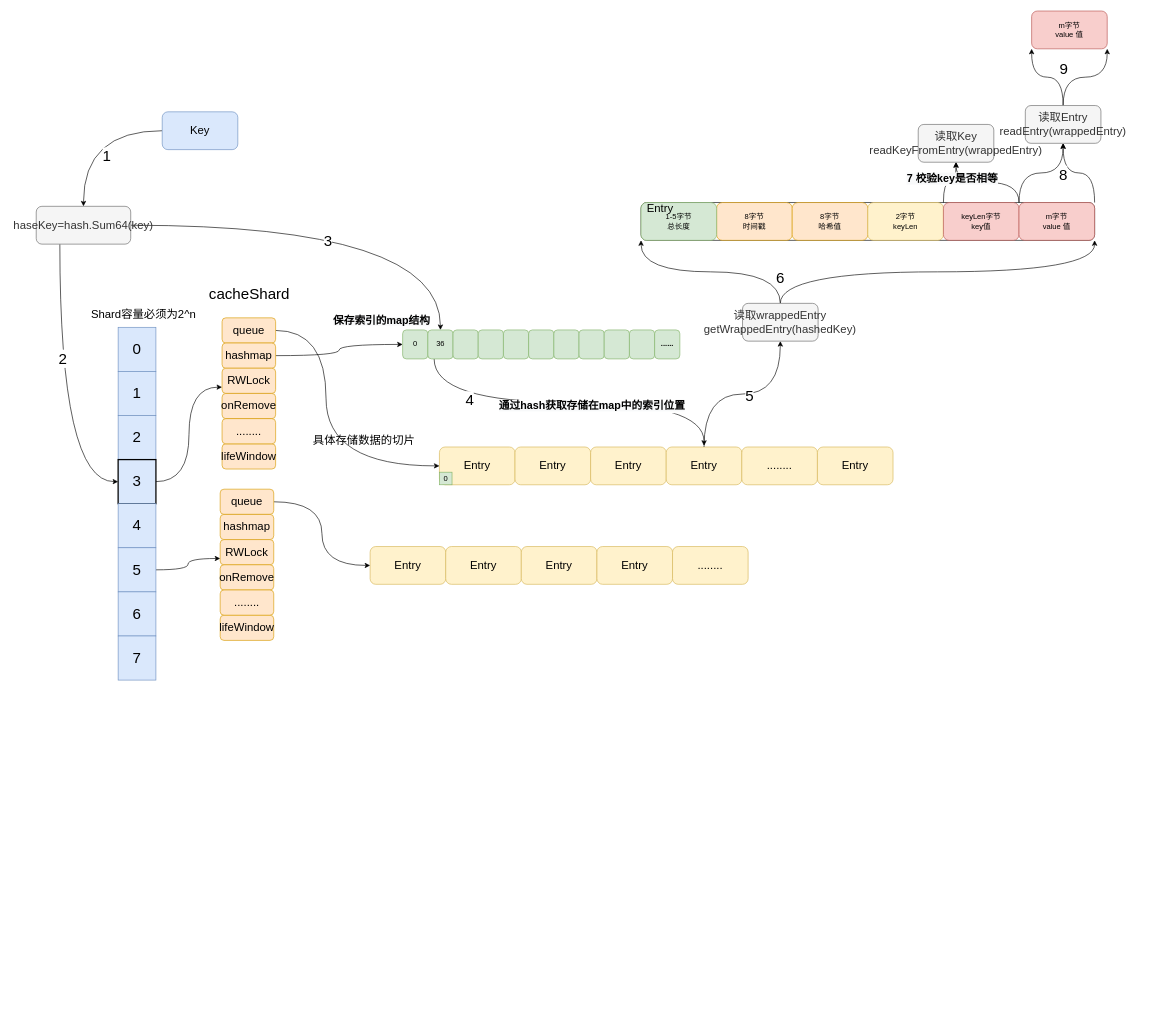
This is page "Get流程" (3 of 3) of _cache/bigCache.drawio from Zhouchaowen/Hawkeye, a draw.io file, before an edit. Source tidied: cells renumbered, new cells numbered last; positions are measured from the earlier drawing's top-left corner, leaving out a move shared by most shapes. Both pictures are drawn from the tidied source at 63%, with x=0, y=0 at pixel (36, 11).
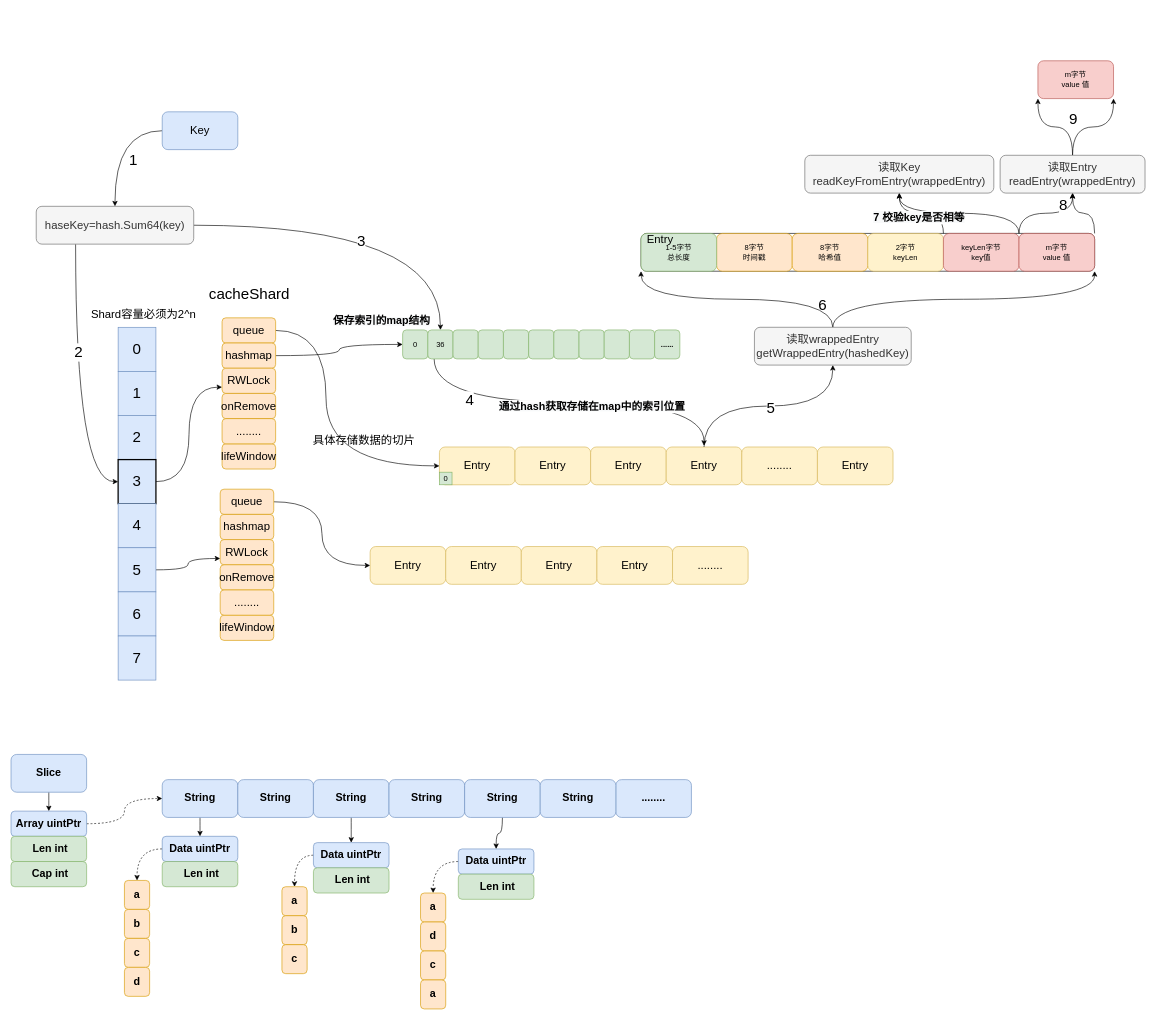
The same diagram, later.

The edit, as a diff of the source:
```diff
@@
     <mxCell id="25" value="&lt;font style=&quot;font-size: 18px&quot;&gt;haseKey=hash.Sum64(key)&lt;/font&gt;" style="rounded=1;whiteSpace=wrap;html=1;fillColor=#f5f5f5;strokeColor=#666666;fontColor=#333333;" parent="1" vertex="1">
-      <mxGeometry y="310" width="150" height="60" as="geometry" />
+      <mxGeometry y="310" width="250" height="60" as="geometry" />
     </mxCell>
@@
     <mxCell id="32" value="&lt;span style=&quot;font-size: 18px&quot;&gt;读取Entry&lt;br&gt;readEntry(wrappedEntry)&lt;br&gt;&lt;/span&gt;" style="rounded=1;whiteSpace=wrap;html=1;fillColor=#f5f5f5;strokeColor=#666666;fontColor=#333333;" parent="1" vertex="1">
-      <mxGeometry x="1570" y="150" width="120" height="60" as="geometry" />
+      <mxGeometry x="1530" y="229" width="230" height="60" as="geometry" />
     </mxCell>
     <mxCell id="33" style="group;" parent="1" vertex="1">
-      <mxGeometry x="960" y="304" width="720" height="60" as="geometry" />
+      <mxGeometry x="960" y="353" width="720" height="60" as="geometry" />
     </mxCell>
@@
     <mxCell id="42" value="m字节&lt;br&gt;value 值" style="rounded=1;whiteSpace=wrap;html=1;fillColor=#f8cecc;strokeColor=#b85450;" parent="1" vertex="1">
-      <mxGeometry x="1580" width="120" height="60" as="geometry" />
+      <mxGeometry x="1590" y="79" width="120" height="60" as="geometry" />
     </mxCell>
@@
     <mxCell id="46" value="&lt;span style=&quot;font-size: 18px&quot;&gt;读取&lt;/span&gt;&lt;span style=&quot;font-size: 18px&quot;&gt;wrappedEntry&lt;/span&gt;&lt;span style=&quot;font-size: 18px&quot;&gt;&lt;br&gt;getWrappedEntry(hashedKey)&lt;br&gt;&lt;/span&gt;" style="rounded=1;whiteSpace=wrap;html=1;fillColor=#f5f5f5;strokeColor=#666666;fontColor=#333333;" parent="1" vertex="1">
-      <mxGeometry x="1121.1" y="464" width="120" height="60" as="geometry" />
+      <mxGeometry x="1140" y="502" width="248.9" height="60" as="geometry" />
     </mxCell>
@@
     <mxCell id="88" value="&lt;span style=&quot;font-size: 18px&quot;&gt;读取Key&lt;br&gt;readKeyFromEntry(wrappedEntry)&lt;br&gt;&lt;/span&gt;" style="rounded=1;whiteSpace=wrap;html=1;fillColor=#f5f5f5;strokeColor=#666666;fontColor=#333333;" parent="1" vertex="1">
-      <mxGeometry x="1400" y="180" width="120" height="60" as="geometry" />
+      <mxGeometry x="1220" y="229" width="300" height="60" as="geometry" />
     </mxCell>
@@
     <mxCell id="94" value="&lt;span style=&quot;font-size: 24px ; background-color: rgb(255 , 255 , 255)&quot;&gt;8&lt;/span&gt;" style="text;html=1;align=center;verticalAlign=middle;strokeColor=none;" parent="1" vertex="1">
-      <mxGeometry x="1615" y="250" width="30" height="20" as="geometry" />
+      <mxGeometry x="1615" y="299" width="30" height="20" as="geometry" />
     </mxCell>
+    <mxCell id="95" value="&lt;span style=&quot;font-size: 17px;&quot;&gt;........&lt;/span&gt;" style="rounded=1;whiteSpace=wrap;html=1;fillColor=#dae8fc;strokeColor=#6c8ebf;fontStyle=1;fontSize=17;" parent="1" vertex="1">
+      <mxGeometry x="920" y="1220" width="120" height="60" as="geometry" />
+    </mxCell>
+    <mxCell id="96" style="edgeStyle=orthogonalEdgeStyle;curved=1;rounded=0;jettySize=auto;html=1;exitX=0;exitY=0.5;exitDx=0;exitDy=0;dashed=1;entryX=0.5;entryY=0;entryDx=0;entryDy=0;fontStyle=1;fontSize=17;" parent="1" edge="1" source="97" target="108">
+      <mxGeometry relative="1" as="geometry" />
+    </mxCell>
+    <mxCell id="97" value="&lt;font style=&quot;font-size: 17px;&quot;&gt;Data uintPtr&lt;/font&gt;" style="rounded=1;whiteSpace=wrap;html=1;fillColor=#dae8fc;strokeColor=#6c8ebf;fontStyle=1;fontSize=17;" parent="1" vertex="1">
+      <mxGeometry x="200" y="1310" width="120" height="40" as="geometry" />
+    </mxCell>
+    <mxCell id="98" value="&lt;font style=&quot;font-size: 17px;&quot;&gt;&amp;nbsp;Len int&lt;/font&gt;" style="rounded=1;whiteSpace=wrap;html=1;fillColor=#d5e8d4;strokeColor=#82b366;fontStyle=1;fontSize=17;" parent="1" vertex="1">
+      <mxGeometry x="200" y="1350" width="120" height="40" as="geometry" />
+    </mxCell>
+    <mxCell id="99" style="edgeStyle=orthogonalEdgeStyle;curved=1;rounded=0;jettySize=auto;html=1;exitX=0;exitY=0.5;exitDx=0;exitDy=0;entryX=0.5;entryY=0;entryDx=0;entryDy=0;dashed=1;fontSize=17;" parent="1" edge="1" source="100" target="112">
+      <mxGeometry relative="1" as="geometry" />
+    </mxCell>
+    <mxCell id="100" value="&lt;font style=&quot;font-size: 17px;&quot;&gt;Data uintPtr&lt;/font&gt;" style="rounded=1;whiteSpace=wrap;html=1;fillColor=#dae8fc;strokeColor=#6c8ebf;fontStyle=1;fontSize=17;" parent="1" vertex="1">
+      <mxGeometry x="440" y="1320" width="120" height="40" as="geometry" />
+    </mxCell>
+    <mxCell id="101" value="&lt;font style=&quot;font-size: 17px;&quot;&gt;&amp;nbsp;Len int&lt;/font&gt;" style="rounded=1;whiteSpace=wrap;html=1;fillColor=#d5e8d4;strokeColor=#82b366;fontStyle=1;fontSize=17;" parent="1" vertex="1">
+      <mxGeometry x="440" y="1360" width="120" height="40" as="geometry" />
+    </mxCell>
+    <mxCell id="102" style="edgeStyle=orthogonalEdgeStyle;curved=1;rounded=0;jettySize=auto;html=1;exitX=0;exitY=0.5;exitDx=0;exitDy=0;entryX=0.5;entryY=0;entryDx=0;entryDy=0;dashed=1;fontStyle=1;fontSize=17;" parent="1" edge="1" source="103" target="115">
+      <mxGeometry relative="1" as="geometry" />
+    </mxCell>
+    <mxCell id="103" value="&lt;font style=&quot;font-size: 17px;&quot;&gt;Data uintPtr&lt;/font&gt;" style="rounded=1;whiteSpace=wrap;html=1;fillColor=#dae8fc;strokeColor=#6c8ebf;fontStyle=1;fontSize=17;" parent="1" vertex="1">
+      <mxGeometry x="670" y="1330" width="120" height="40" as="geometry" />
+    </mxCell>
+    <mxCell id="104" value="&lt;font style=&quot;font-size: 17px;&quot;&gt;&amp;nbsp;Len int&lt;/font&gt;" style="rounded=1;whiteSpace=wrap;html=1;fillColor=#d5e8d4;strokeColor=#82b366;fontStyle=1;fontSize=17;" parent="1" vertex="1">
+      <mxGeometry x="670" y="1370" width="120" height="40" as="geometry" />
+    </mxCell>
+    <mxCell id="105" style="edgeStyle=orthogonalEdgeStyle;curved=1;rounded=0;jettySize=auto;html=1;exitX=0.5;exitY=1;exitDx=0;exitDy=0;entryX=0.5;entryY=0;entryDx=0;entryDy=0;fontStyle=1;fontSize=17;" parent="1" edge="1" source="125" target="97">
+      <mxGeometry relative="1" as="geometry" />
+    </mxCell>
+    <mxCell id="106" style="edgeStyle=orthogonalEdgeStyle;curved=1;rounded=0;jettySize=auto;html=1;exitX=0.5;exitY=1;exitDx=0;exitDy=0;entryX=0.5;entryY=0;entryDx=0;entryDy=0;fontStyle=1;fontSize=17;" parent="1" edge="1" source="127" target="100">
+      <mxGeometry relative="1" as="geometry" />
+    </mxCell>
+    <mxCell id="107" style="edgeStyle=orthogonalEdgeStyle;curved=1;rounded=0;jettySize=auto;html=1;exitX=0.5;exitY=1;exitDx=0;exitDy=0;entryX=0.5;entryY=0;entryDx=0;entryDy=0;fontStyle=1;fontSize=17;" parent="1" edge="1" source="129" target="103">
+      <mxGeometry relative="1" as="geometry" />
+    </mxCell>
+    <mxCell id="108" value="a" style="rounded=1;whiteSpace=wrap;html=1;fillColor=#ffe6cc;strokeColor=#d79b00;fontStyle=1;fontSize=17;" parent="1" vertex="1">
+      <mxGeometry x="140" y="1380" width="40" height="46" as="geometry" />
+    </mxCell>
+    <mxCell id="109" value="b" style="rounded=1;whiteSpace=wrap;html=1;fillColor=#ffe6cc;strokeColor=#d79b00;fontStyle=1;fontSize=17;" parent="1" vertex="1">
+      <mxGeometry x="140" y="1426" width="40" height="46" as="geometry" />
+    </mxCell>
+    <mxCell id="110" value="c" style="rounded=1;whiteSpace=wrap;html=1;fillColor=#ffe6cc;strokeColor=#d79b00;fontStyle=1;fontSize=17;" parent="1" vertex="1">
+      <mxGeometry x="140" y="1472" width="40" height="46" as="geometry" />
+    </mxCell>
+    <mxCell id="111" value="d" style="rounded=1;whiteSpace=wrap;html=1;fillColor=#ffe6cc;strokeColor=#d79b00;fontStyle=1;fontSize=17;" parent="1" vertex="1">
+      <mxGeometry x="140" y="1518" width="40" height="46" as="geometry" />
+    </mxCell>
+    <mxCell id="112" value="a" style="rounded=1;whiteSpace=wrap;html=1;fillColor=#ffe6cc;strokeColor=#d79b00;fontStyle=1;fontSize=17;" parent="1" vertex="1">
+      <mxGeometry x="390" y="1390" width="40" height="46" as="geometry" />
+    </mxCell>
+    <mxCell id="113" value="b" style="rounded=1;whiteSpace=wrap;html=1;fillColor=#ffe6cc;strokeColor=#d79b00;fontStyle=1;fontSize=17;" parent="1" vertex="1">
+      <mxGeometry x="390" y="1436" width="40" height="46" as="geometry" />
+    </mxCell>
+    <mxCell id="114" value="c" style="rounded=1;whiteSpace=wrap;html=1;fillColor=#ffe6cc;strokeColor=#d79b00;fontStyle=1;fontSize=17;" parent="1" vertex="1">
+      <mxGeometry x="390" y="1482" width="40" height="46" as="geometry" />
+    </mxCell>
+    <mxCell id="115" value="a" style="rounded=1;whiteSpace=wrap;html=1;fillColor=#ffe6cc;strokeColor=#d79b00;fontStyle=1;fontSize=17;" parent="1" vertex="1">
+      <mxGeometry x="610" y="1400" width="40" height="46" as="geometry" />
+    </mxCell>
+    <mxCell id="116" value="d" style="rounded=1;whiteSpace=wrap;html=1;fillColor=#ffe6cc;strokeColor=#d79b00;fontStyle=1;fontSize=17;" parent="1" vertex="1">
+      <mxGeometry x="610" y="1446" width="40" height="46" as="geometry" />
+    </mxCell>
+    <mxCell id="117" value="c" style="rounded=1;whiteSpace=wrap;html=1;fillColor=#ffe6cc;strokeColor=#d79b00;fontStyle=1;fontSize=17;" parent="1" vertex="1">
+      <mxGeometry x="610" y="1492" width="40" height="46" as="geometry" />
+    </mxCell>
+    <mxCell id="118" value="a" style="rounded=1;whiteSpace=wrap;html=1;fillColor=#ffe6cc;strokeColor=#d79b00;fontStyle=1;fontSize=17;" parent="1" vertex="1">
+      <mxGeometry x="610" y="1538" width="40" height="46" as="geometry" />
+    </mxCell>
+    <mxCell id="119" style="edgeStyle=orthogonalEdgeStyle;curved=1;rounded=0;jettySize=auto;html=1;exitX=0.5;exitY=1;exitDx=0;exitDy=0;entryX=0.5;entryY=0;entryDx=0;entryDy=0;fontSize=17;" parent="1" edge="1" source="120" target="122">
+      <mxGeometry relative="1" as="geometry" />
+    </mxCell>
+    <mxCell id="120" value="&lt;font style=&quot;font-size: 17px&quot;&gt;Slice&lt;/font&gt;" style="rounded=1;whiteSpace=wrap;html=1;fillColor=#dae8fc;strokeColor=#6c8ebf;fontStyle=1;fontSize=17;" parent="1" vertex="1">
+      <mxGeometry x="-40" y="1180" width="120" height="60" as="geometry" />
+    </mxCell>
+    <mxCell id="121" style="edgeStyle=orthogonalEdgeStyle;curved=1;rounded=0;jettySize=auto;html=1;exitX=1;exitY=0.5;exitDx=0;exitDy=0;entryX=0;entryY=0.5;entryDx=0;entryDy=0;fontSize=17;dashed=1;" parent="1" edge="1" source="122" target="125">
+      <mxGeometry relative="1" as="geometry" />
+    </mxCell>
+    <mxCell id="122" value="&lt;font style=&quot;font-size: 17px&quot;&gt;Array uintPtr&lt;/font&gt;" style="rounded=1;whiteSpace=wrap;html=1;fillColor=#dae8fc;strokeColor=#6c8ebf;fontStyle=1;fontSize=17;" parent="1" vertex="1">
+      <mxGeometry x="-40" y="1270" width="120" height="40" as="geometry" />
+    </mxCell>
+    <mxCell id="123" value="&lt;font style=&quot;font-size: 17px;&quot;&gt;&amp;nbsp;Len int&lt;/font&gt;" style="rounded=1;whiteSpace=wrap;html=1;fillColor=#d5e8d4;strokeColor=#82b366;fontStyle=1;fontSize=17;" parent="1" vertex="1">
+      <mxGeometry x="-40" y="1310" width="120" height="40" as="geometry" />
+    </mxCell>
+    <mxCell id="124" value="&lt;font style=&quot;font-size: 17px&quot;&gt;&amp;nbsp;Cap int&lt;/font&gt;" style="rounded=1;whiteSpace=wrap;html=1;fillColor=#d5e8d4;strokeColor=#82b366;fontStyle=1;fontSize=17;" parent="1" vertex="1">
+      <mxGeometry x="-40" y="1350" width="120" height="40" as="geometry" />
+    </mxCell>
+    <mxCell id="125" value="&lt;font style=&quot;font-size: 17px&quot;&gt;String&lt;/font&gt;" style="rounded=1;whiteSpace=wrap;html=1;fillColor=#dae8fc;strokeColor=#6c8ebf;fontStyle=1;fontSize=17;" parent="1" vertex="1">
+      <mxGeometry x="200" y="1220" width="120" height="60" as="geometry" />
+    </mxCell>
+    <mxCell id="126" value="String" style="rounded=1;whiteSpace=wrap;html=1;fillColor=#dae8fc;strokeColor=#6c8ebf;fontStyle=1;fontSize=17;" parent="1" vertex="1">
+      <mxGeometry x="320" y="1220" width="120" height="60" as="geometry" />
+    </mxCell>
+    <mxCell id="127" value="String" style="rounded=1;whiteSpace=wrap;html=1;fillColor=#dae8fc;strokeColor=#6c8ebf;fontStyle=1;fontSize=17;" parent="1" vertex="1">
+      <mxGeometry x="440" y="1220" width="120" height="60" as="geometry" />
+    </mxCell>
+    <mxCell id="128" value="String" style="rounded=1;whiteSpace=wrap;html=1;fillColor=#dae8fc;strokeColor=#6c8ebf;fontStyle=1;fontSize=17;" parent="1" vertex="1">
+      <mxGeometry x="560" y="1220" width="120" height="60" as="geometry" />
+    </mxCell>
+    <mxCell id="129" value="String" style="rounded=1;whiteSpace=wrap;html=1;fillColor=#dae8fc;strokeColor=#6c8ebf;fontStyle=1;fontSize=17;" parent="1" vertex="1">
+      <mxGeometry x="680" y="1220" width="120" height="60" as="geometry" />
+    </mxCell>
+    <mxCell id="130" value="String" style="rounded=1;whiteSpace=wrap;html=1;fillColor=#dae8fc;strokeColor=#6c8ebf;fontStyle=1;fontSize=17;" parent="1" vertex="1">
+      <mxGeometry x="800" y="1220" width="120" height="60" as="geometry" />
+    </mxCell>
```
